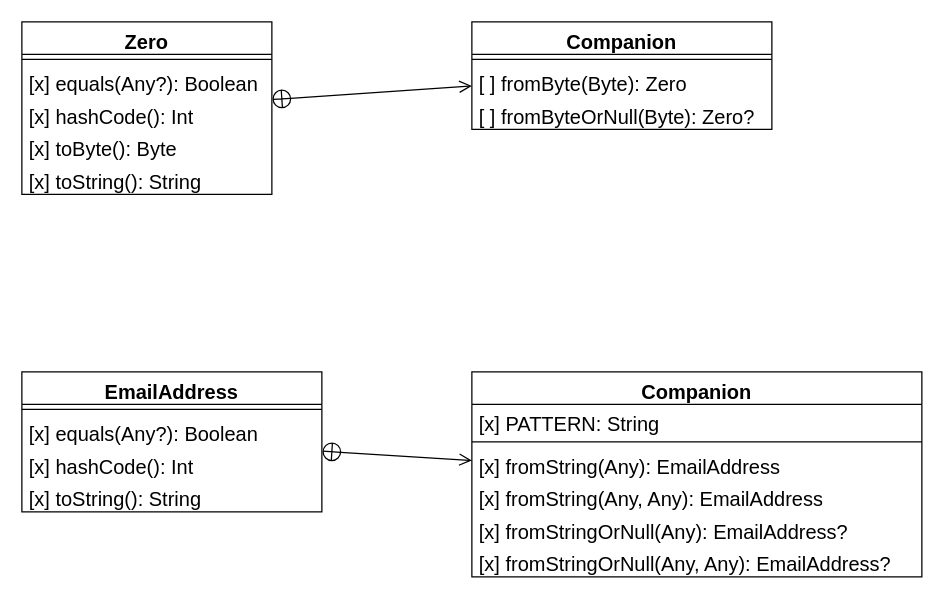
Earlier version of the draw.io diagram page "API (org.kotools.types)" (2 of 5) of documentation/diagrams.drawio (kotools/types). Source tidied: cells renumbered, new cells numbered last; positions are measured from the earlier drawing's top-left corner, leaving out a move shared by most shapes. Both pictures are drawn from the tidied source at 125%, with x=0, y=0 at pixel (21, 21).
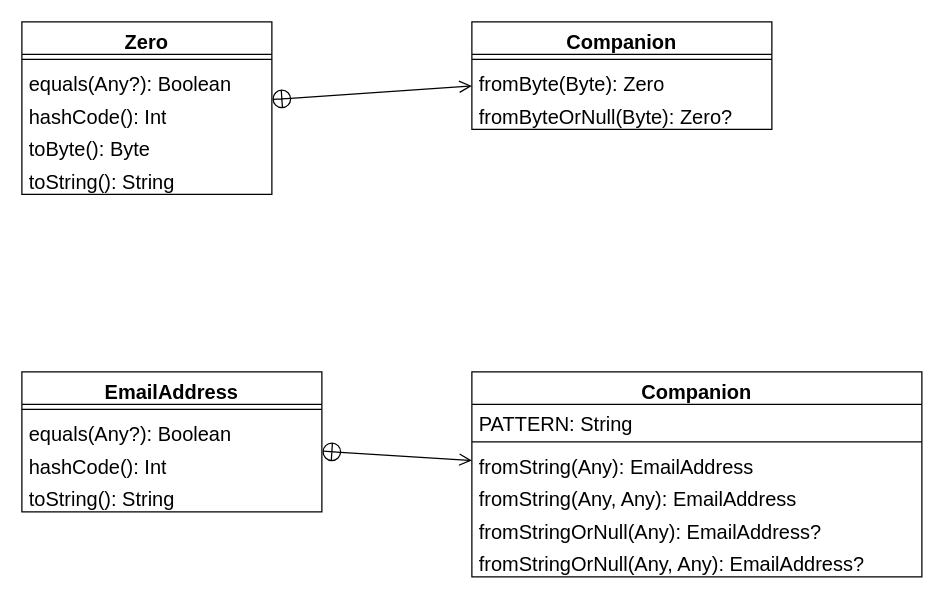
The same diagram, later.

Unchanged cells that the change refers to:
```xml
<mxCell id="2" value="Zero" style="swimlane;fontStyle=1;align=center;verticalAlign=top;horizontal=1;startSize=26;whiteSpace=wrap;html=1;fontSize=16;" parent="1" vertex="1">
  <mxGeometry width="200" height="138" as="geometry" />
</mxCell>
<mxCell id="8" value="EmailAddress" style="swimlane;fontStyle=1;align=center;verticalAlign=top;horizontal=1;startSize=26;whiteSpace=wrap;html=1;fontSize=16;" parent="1" vertex="1">
  <mxGeometry y="280" width="240" height="112" as="geometry" />
</mxCell>
<mxCell id="13" value="Companion" style="swimlane;fontStyle=1;align=center;verticalAlign=top;horizontal=1;startSize=26;whiteSpace=wrap;html=1;fontSize=16;" parent="1" vertex="1">
  <mxGeometry x="360" y="280" width="360" height="164" as="geometry" />
</mxCell>
<mxCell id="21" value="Companion" style="swimlane;fontStyle=1;align=center;verticalAlign=top;horizontal=1;startSize=26;whiteSpace=wrap;html=1;fontSize=16;" parent="1" vertex="1">
  <mxGeometry x="360" width="240" height="86" as="geometry" />
</mxCell>
```

The edit, as a diff of the source:
```diff
@@
-    <mxCell id="4" value="[x] equals(Any?): Boolean" style="text;strokeColor=none;fillColor=none;align=left;verticalAlign=top;spacingLeft=4;spacingRight=4;overflow=hidden;whiteSpace=wrap;html=1;fontSize=16;" parent="2" vertex="1">
+    <mxCell id="4" value="equals(Any?): Boolean" style="text;strokeColor=none;fillColor=none;align=left;verticalAlign=top;spacingLeft=4;spacingRight=4;overflow=hidden;whiteSpace=wrap;html=1;fontSize=16;" parent="2" vertex="1">
       <mxGeometry y="34" width="200" height="26" as="geometry" />
     </mxCell>
-    <mxCell id="5" value="[x] hashCode(): Int" style="text;strokeColor=none;fillColor=none;align=left;verticalAlign=top;spacingLeft=4;spacingRight=4;overflow=hidden;whiteSpace=wrap;html=1;fontSize=16;" parent="2" vertex="1">
+    <mxCell id="5" value="hashCode(): Int" style="text;strokeColor=none;fillColor=none;align=left;verticalAlign=top;spacingLeft=4;spacingRight=4;overflow=hidden;whiteSpace=wrap;html=1;fontSize=16;" parent="2" vertex="1">
       <mxGeometry y="60" width="200" height="26" as="geometry" />
     </mxCell>
-    <mxCell id="6" value="[x] toByte(): Byte" style="text;strokeColor=none;fillColor=none;align=left;verticalAlign=top;spacingLeft=4;spacingRight=4;overflow=hidden;whiteSpace=wrap;html=1;fontSize=16;" parent="2" vertex="1">
+    <mxCell id="6" value="toByte(): Byte" style="text;strokeColor=none;fillColor=none;align=left;verticalAlign=top;spacingLeft=4;spacingRight=4;overflow=hidden;whiteSpace=wrap;html=1;fontSize=16;" parent="2" vertex="1">
       <mxGeometry y="86" width="200" height="26" as="geometry" />
     </mxCell>
-    <mxCell id="7" value="[x] toString(): String" style="text;strokeColor=none;fillColor=none;align=left;verticalAlign=top;spacingLeft=4;spacingRight=4;overflow=hidden;whiteSpace=wrap;html=1;fontSize=16;" parent="2" vertex="1">
+    <mxCell id="7" value="toString(): String" style="text;strokeColor=none;fillColor=none;align=left;verticalAlign=top;spacingLeft=4;spacingRight=4;overflow=hidden;whiteSpace=wrap;html=1;fontSize=16;" parent="2" vertex="1">
       <mxGeometry y="112" width="200" height="26" as="geometry" />
     </mxCell>
@@
-    <mxCell id="10" value="[x] equals(Any?): Boolean" style="text;strokeColor=none;fillColor=none;align=left;verticalAlign=top;spacingLeft=4;spacingRight=4;overflow=hidden;whiteSpace=wrap;html=1;fontSize=16;" parent="8" vertex="1">
+    <mxCell id="10" value="equals(Any?): Boolean" style="text;strokeColor=none;fillColor=none;align=left;verticalAlign=top;spacingLeft=4;spacingRight=4;overflow=hidden;whiteSpace=wrap;html=1;fontSize=16;" parent="8" vertex="1">
       <mxGeometry y="34" width="240" height="26" as="geometry" />
     </mxCell>
-    <mxCell id="11" value="[x] hashCode(): Int" style="text;strokeColor=none;fillColor=none;align=left;verticalAlign=top;spacingLeft=4;spacingRight=4;overflow=hidden;whiteSpace=wrap;html=1;fontSize=16;" parent="8" vertex="1">
+    <mxCell id="11" value="hashCode(): Int" style="text;strokeColor=none;fillColor=none;align=left;verticalAlign=top;spacingLeft=4;spacingRight=4;overflow=hidden;whiteSpace=wrap;html=1;fontSize=16;" parent="8" vertex="1">
       <mxGeometry y="60" width="240" height="26" as="geometry" />
     </mxCell>
-    <mxCell id="12" value="[x] toString(): String" style="text;strokeColor=none;fillColor=none;align=left;verticalAlign=top;spacingLeft=4;spacingRight=4;overflow=hidden;whiteSpace=wrap;html=1;fontSize=16;" parent="8" vertex="1">
+    <mxCell id="12" value="toString(): String" style="text;strokeColor=none;fillColor=none;align=left;verticalAlign=top;spacingLeft=4;spacingRight=4;overflow=hidden;whiteSpace=wrap;html=1;fontSize=16;" parent="8" vertex="1">
       <mxGeometry y="86" width="240" height="26" as="geometry" />
     </mxCell>
@@
-    <mxCell id="14" value="[x] PATTERN: String" style="text;strokeColor=none;fillColor=none;align=left;verticalAlign=top;spacingLeft=4;spacingRight=4;overflow=hidden;whiteSpace=wrap;html=1;fontSize=16;" parent="13" vertex="1">
+    <mxCell id="14" value="PATTERN: String" style="text;strokeColor=none;fillColor=none;align=left;verticalAlign=top;spacingLeft=4;spacingRight=4;overflow=hidden;whiteSpace=wrap;html=1;fontSize=16;" parent="13" vertex="1">
       <mxGeometry y="26" width="360" height="26" as="geometry" />
     </mxCell>
@@
-    <mxCell id="16" value="[x] fromString(Any): EmailAddress" style="text;strokeColor=none;fillColor=none;align=left;verticalAlign=top;spacingLeft=4;spacingRight=4;overflow=hidden;whiteSpace=wrap;html=1;fontSize=16;" parent="13" vertex="1">
+    <mxCell id="16" value="fromString(Any): EmailAddress" style="text;strokeColor=none;fillColor=none;align=left;verticalAlign=top;spacingLeft=4;spacingRight=4;overflow=hidden;whiteSpace=wrap;html=1;fontSize=16;" parent="13" vertex="1">
       <mxGeometry y="60" width="360" height="26" as="geometry" />
     </mxCell>
-    <mxCell id="17" value="[x]&amp;nbsp;fromString(Any, Any): EmailAddress" style="text;strokeColor=none;fillColor=none;align=left;verticalAlign=top;spacingLeft=4;spacingRight=4;overflow=hidden;whiteSpace=wrap;html=1;fontSize=16;" parent="13" vertex="1">
+    <mxCell id="17" value="fromString(Any, Any): EmailAddress" style="text;strokeColor=none;fillColor=none;align=left;verticalAlign=top;spacingLeft=4;spacingRight=4;overflow=hidden;whiteSpace=wrap;html=1;fontSize=16;" parent="13" vertex="1">
       <mxGeometry y="86" width="360" height="26" as="geometry" />
     </mxCell>
-    <mxCell id="18" value="[x] fromStringOrNull(Any): EmailAddress?" style="text;strokeColor=none;fillColor=none;align=left;verticalAlign=top;spacingLeft=4;spacingRight=4;overflow=hidden;whiteSpace=wrap;html=1;fontSize=16;" parent="13" vertex="1">
+    <mxCell id="18" value="fromStringOrNull(Any): EmailAddress?" style="text;strokeColor=none;fillColor=none;align=left;verticalAlign=top;spacingLeft=4;spacingRight=4;overflow=hidden;whiteSpace=wrap;html=1;fontSize=16;" parent="13" vertex="1">
       <mxGeometry y="112" width="360" height="26" as="geometry" />
     </mxCell>
-    <mxCell id="19" value="[x] fromStringOrNull(Any, Any): EmailAddress?" style="text;strokeColor=none;fillColor=none;align=left;verticalAlign=top;spacingLeft=4;spacingRight=4;overflow=hidden;whiteSpace=wrap;html=1;fontSize=16;" parent="13" vertex="1">
+    <mxCell id="19" value="fromStringOrNull(Any, Any): EmailAddress?" style="text;strokeColor=none;fillColor=none;align=left;verticalAlign=top;spacingLeft=4;spacingRight=4;overflow=hidden;whiteSpace=wrap;html=1;fontSize=16;" parent="13" vertex="1">
       <mxGeometry y="138" width="360" height="26" as="geometry" />
     </mxCell>
@@
-    <mxCell id="23" value="[ ] fromByte(Byte): Zero" style="text;strokeColor=none;fillColor=none;align=left;verticalAlign=top;spacingLeft=4;spacingRight=4;overflow=hidden;whiteSpace=wrap;html=1;fontSize=16;" parent="21" vertex="1">
+    <mxCell id="23" value="fromByte(Byte): Zero" style="text;strokeColor=none;fillColor=none;align=left;verticalAlign=top;spacingLeft=4;spacingRight=4;overflow=hidden;whiteSpace=wrap;html=1;fontSize=16;" parent="21" vertex="1">
       <mxGeometry y="34" width="240" height="26" as="geometry" />
     </mxCell>
-    <mxCell id="24" value="[ ] fromByteOrNull(Byte): Zero?" style="text;strokeColor=none;fillColor=none;align=left;verticalAlign=top;spacingLeft=4;spacingRight=4;overflow=hidden;whiteSpace=wrap;html=1;fontSize=16;" parent="21" vertex="1">
+    <mxCell id="24" value="fromByteOrNull(Byte): Zero?" style="text;strokeColor=none;fillColor=none;align=left;verticalAlign=top;spacingLeft=4;spacingRight=4;overflow=hidden;whiteSpace=wrap;html=1;fontSize=16;" parent="21" vertex="1">
       <mxGeometry y="60" width="240" height="26" as="geometry" />
     </mxCell>
```
